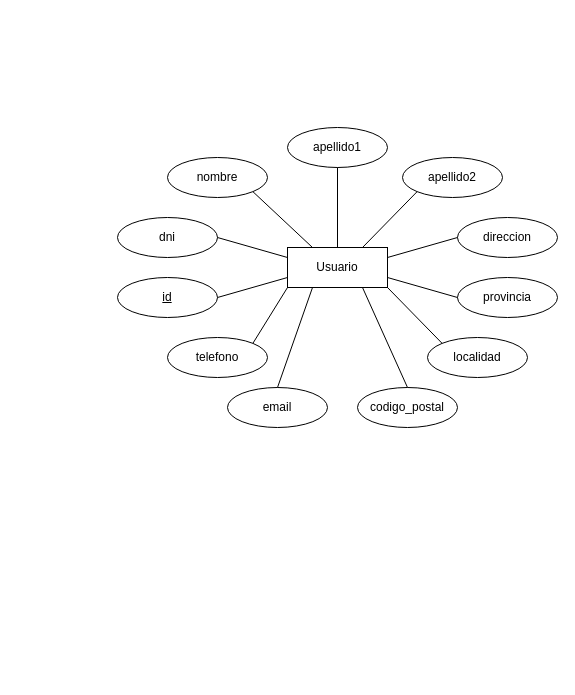
Before: Diagrama sin título.drawio in mariopr25/AlmacenMedicamentosER, a draw.io diagram. Source tidied: cells renumbered, new cells numbered last; positions are measured from the earlier drawing's top-left corner, leaving out a move shared by most shapes. Both pictures are drawn from the tidied source at 100%, with x=0, y=0 at pixel (117, 127).
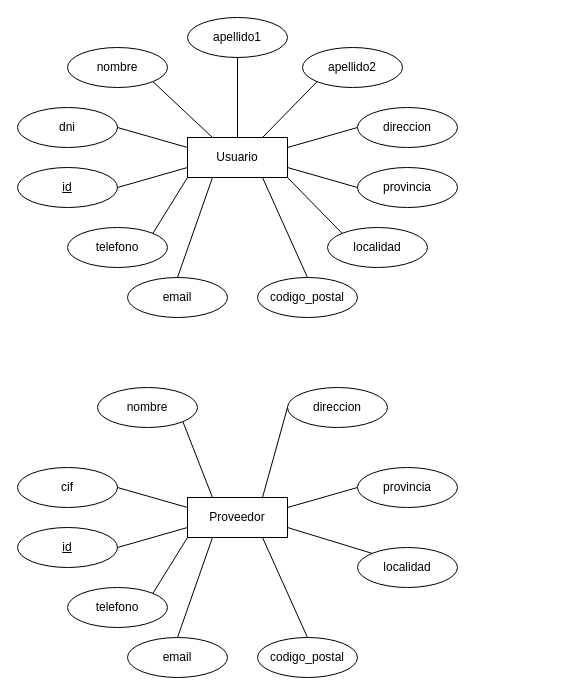
The same page after the edit.

Change to the diagram source:
```diff
@@
+    <mxCell id="25" style="group;" parent="1" vertex="1">
+      <mxGeometry x="-100" y="-110" width="440" height="300" as="geometry" />
+    </mxCell>
-    <mxCell id="2" value="&lt;div&gt;Usuario&lt;/div&gt;" style="whiteSpace=wrap;html=1;align=center;" parent="1" vertex="1">
+    <mxCell id="2" value="&lt;div&gt;Usuario&lt;/div&gt;" style="whiteSpace=wrap;html=1;align=center;" parent="25" vertex="1">
       <mxGeometry x="170" y="120" width="100" height="40" as="geometry" />
     </mxCell>
-    <mxCell id="3" value="&lt;div&gt;nombre&lt;/div&gt;" style="ellipse;whiteSpace=wrap;html=1;align=center;" parent="1" vertex="1">
+    <mxCell id="3" value="&lt;div&gt;nombre&lt;/div&gt;" style="ellipse;whiteSpace=wrap;html=1;align=center;" parent="25" vertex="1">
       <mxGeometry x="50" y="30" width="100" height="40" as="geometry" />
     </mxCell>
-    <mxCell id="4" value="dni" style="ellipse;whiteSpace=wrap;html=1;align=center;" parent="1" vertex="1">
+    <mxCell id="4" value="dni" style="ellipse;whiteSpace=wrap;html=1;align=center;" parent="25" vertex="1">
       <mxGeometry y="90" width="100" height="40" as="geometry" />
     </mxCell>
-    <mxCell id="5" value="id" style="ellipse;whiteSpace=wrap;html=1;align=center;fontStyle=4;" parent="1" vertex="1">
+    <mxCell id="5" value="id" style="ellipse;whiteSpace=wrap;html=1;align=center;fontStyle=4;" parent="25" vertex="1">
       <mxGeometry y="150" width="100" height="40" as="geometry" />
     </mxCell>
-    <mxCell id="6" value="&lt;div&gt;apellido1&lt;/div&gt;" style="ellipse;whiteSpace=wrap;html=1;align=center;" parent="1" vertex="1">
+    <mxCell id="6" value="&lt;div&gt;apellido1&lt;/div&gt;" style="ellipse;whiteSpace=wrap;html=1;align=center;" parent="25" vertex="1">
       <mxGeometry x="170" width="100" height="40" as="geometry" />
     </mxCell>
-    <mxCell id="7" value="apellido2" style="ellipse;whiteSpace=wrap;html=1;align=center;" parent="1" vertex="1">
+    <mxCell id="7" value="apellido2" style="ellipse;whiteSpace=wrap;html=1;align=center;" parent="25" vertex="1">
       <mxGeometry x="285" y="30" width="100" height="40" as="geometry" />
     </mxCell>
-    <mxCell id="8" value="direccion" style="ellipse;whiteSpace=wrap;html=1;align=center;" parent="1" vertex="1">
+    <mxCell id="8" value="direccion" style="ellipse;whiteSpace=wrap;html=1;align=center;" parent="25" vertex="1">
       <mxGeometry x="340" y="90" width="100" height="40" as="geometry" />
     </mxCell>
-    <mxCell id="9" value="provincia" style="ellipse;whiteSpace=wrap;html=1;align=center;" parent="1" vertex="1">
+    <mxCell id="9" value="provincia" style="ellipse;whiteSpace=wrap;html=1;align=center;" parent="25" vertex="1">
       <mxGeometry x="340" y="150" width="100" height="40" as="geometry" />
     </mxCell>
-    <mxCell id="10" value="localidad" style="ellipse;whiteSpace=wrap;html=1;align=center;" parent="1" vertex="1">
+    <mxCell id="10" value="localidad" style="ellipse;whiteSpace=wrap;html=1;align=center;" parent="25" vertex="1">
       <mxGeometry x="310" y="210" width="100" height="40" as="geometry" />
     </mxCell>
-    <mxCell id="11" value="codigo_postal" style="ellipse;whiteSpace=wrap;html=1;align=center;" parent="1" vertex="1">
+    <mxCell id="11" value="codigo_postal" style="ellipse;whiteSpace=wrap;html=1;align=center;" parent="25" vertex="1">
       <mxGeometry x="240" y="260" width="100" height="40" as="geometry" />
     </mxCell>
-    <mxCell id="12" value="email" style="ellipse;whiteSpace=wrap;html=1;align=center;" parent="1" vertex="1">
+    <mxCell id="12" value="email" style="ellipse;whiteSpace=wrap;html=1;align=center;" parent="25" vertex="1">
       <mxGeometry x="110" y="260" width="100" height="40" as="geometry" />
     </mxCell>
-    <mxCell id="13" value="telefono" style="ellipse;whiteSpace=wrap;html=1;align=center;" parent="1" vertex="1">
+    <mxCell id="13" value="telefono" style="ellipse;whiteSpace=wrap;html=1;align=center;" parent="25" vertex="1">
       <mxGeometry x="50" y="210" width="100" height="40" as="geometry" />
     </mxCell>
-    <mxCell id="14" style="endArrow=none;html=1;rounded=0;exitX=1;exitY=0.5;exitDx=0;exitDy=0;entryX=0;entryY=0.75;entryDx=0;entryDy=0;" parent="1" edge="1" source="5" target="2">
+    <mxCell id="14" style="endArrow=none;html=1;rounded=0;exitX=1;exitY=0.5;exitDx=0;exitDy=0;entryX=0;entryY=0.75;entryDx=0;entryDy=0;" parent="25" edge="1" source="5" target="2">
       <mxGeometry relative="1" as="geometry" />
     </mxCell>
-    <mxCell id="15" style="endArrow=none;html=1;rounded=0;exitX=1;exitY=0.5;exitDx=0;exitDy=0;entryX=0;entryY=0.25;entryDx=0;entryDy=0;" parent="1" edge="1" source="4" target="2">
+    <mxCell id="15" style="endArrow=none;html=1;rounded=0;exitX=1;exitY=0.5;exitDx=0;exitDy=0;entryX=0;entryY=0.25;entryDx=0;entryDy=0;" parent="25" edge="1" source="4" target="2">
       <mxGeometry relative="1" as="geometry" />
     </mxCell>
-    <mxCell id="16" style="endArrow=none;html=1;rounded=0;exitX=1;exitY=1;exitDx=0;exitDy=0;entryX=0.25;entryY=0;entryDx=0;entryDy=0;" parent="1" edge="1" source="3" target="2">
+    <mxCell id="16" style="endArrow=none;html=1;rounded=0;exitX=1;exitY=1;exitDx=0;exitDy=0;entryX=0.25;entryY=0;entryDx=0;entryDy=0;" parent="25" edge="1" source="3" target="2">
       <mxGeometry relative="1" as="geometry" />
     </mxCell>
-    <mxCell id="17" style="endArrow=none;html=1;rounded=0;exitX=0.5;exitY=1;exitDx=0;exitDy=0;entryX=0.5;entryY=0;entryDx=0;entryDy=0;" parent="1" edge="1" source="6" target="2">
+    <mxCell id="17" style="endArrow=none;html=1;rounded=0;exitX=0.5;exitY=1;exitDx=0;exitDy=0;entryX=0.5;entryY=0;entryDx=0;entryDy=0;" parent="25" edge="1" source="6" target="2">
       <mxGeometry relative="1" as="geometry" />
     </mxCell>
-    <mxCell id="18" style="endArrow=none;html=1;rounded=0;exitX=0.75;exitY=0;exitDx=0;exitDy=0;entryX=0;entryY=1;entryDx=0;entryDy=0;" parent="1" edge="1" source="2" target="7">
+    <mxCell id="18" style="endArrow=none;html=1;rounded=0;exitX=0.75;exitY=0;exitDx=0;exitDy=0;entryX=0;entryY=1;entryDx=0;entryDy=0;" parent="25" edge="1" source="2" target="7">
       <mxGeometry relative="1" as="geometry" />
     </mxCell>
-    <mxCell id="19" style="endArrow=none;html=1;rounded=0;exitX=1;exitY=0.25;exitDx=0;exitDy=0;entryX=0;entryY=0.5;entryDx=0;entryDy=0;" parent="1" edge="1" source="2" target="8">
+    <mxCell id="19" style="endArrow=none;html=1;rounded=0;exitX=1;exitY=0.25;exitDx=0;exitDy=0;entryX=0;entryY=0.5;entryDx=0;entryDy=0;" parent="25" edge="1" source="2" target="8">
       <mxGeometry relative="1" as="geometry" />
     </mxCell>
-    <mxCell id="20" style="endArrow=none;html=1;rounded=0;exitX=1;exitY=0.75;exitDx=0;exitDy=0;entryX=0;entryY=0.5;entryDx=0;entryDy=0;" parent="1" edge="1" source="2" target="9">
+    <mxCell id="20" style="endArrow=none;html=1;rounded=0;exitX=1;exitY=0.75;exitDx=0;exitDy=0;entryX=0;entryY=0.5;entryDx=0;entryDy=0;" parent="25" edge="1" source="2" target="9">
       <mxGeometry relative="1" as="geometry" />
     </mxCell>
-    <mxCell id="21" style="endArrow=none;html=1;rounded=0;exitX=1;exitY=0;exitDx=0;exitDy=0;entryX=0;entryY=1;entryDx=0;entryDy=0;" parent="1" edge="1" source="13" target="2">
+    <mxCell id="21" style="endArrow=none;html=1;rounded=0;exitX=1;exitY=0;exitDx=0;exitDy=0;entryX=0;entryY=1;entryDx=0;entryDy=0;" parent="25" edge="1" source="13" target="2">
       <mxGeometry relative="1" as="geometry" />
     </mxCell>
-    <mxCell id="22" style="endArrow=none;html=1;rounded=0;entryX=0;entryY=0;entryDx=0;entryDy=0;exitX=1;exitY=1;exitDx=0;exitDy=0;" parent="1" edge="1" source="2" target="10">
+    <mxCell id="22" style="endArrow=none;html=1;rounded=0;entryX=0;entryY=0;entryDx=0;entryDy=0;exitX=1;exitY=1;exitDx=0;exitDy=0;" parent="25" edge="1" source="2" target="10">
       <mxGeometry relative="1" as="geometry" />
     </mxCell>
-    <mxCell id="23" style="endArrow=none;html=1;rounded=0;exitX=0.75;exitY=1;exitDx=0;exitDy=0;entryX=0.5;entryY=0;entryDx=0;entryDy=0;" parent="1" edge="1" source="2" target="11">
+    <mxCell id="23" style="endArrow=none;html=1;rounded=0;exitX=0.75;exitY=1;exitDx=0;exitDy=0;entryX=0.5;entryY=0;entryDx=0;entryDy=0;" parent="25" edge="1" source="2" target="11">
       <mxGeometry relative="1" as="geometry" />
     </mxCell>
-    <mxCell id="24" style="endArrow=none;html=1;rounded=0;exitX=0.5;exitY=0;exitDx=0;exitDy=0;entryX=0.25;entryY=1;entryDx=0;entryDy=0;" parent="1" edge="1" source="12" target="2">
+    <mxCell id="24" style="endArrow=none;html=1;rounded=0;exitX=0.5;exitY=0;exitDx=0;exitDy=0;entryX=0.25;entryY=1;entryDx=0;entryDy=0;" parent="25" edge="1" source="12" target="2">
       <mxGeometry relative="1" as="geometry" />
     </mxCell>
+    <mxCell id="26" value="Proveedor" style="whiteSpace=wrap;html=1;align=center;" parent="1" vertex="1">
+      <mxGeometry x="70" y="370" width="100" height="40" as="geometry" />
+    </mxCell>
+    <mxCell id="27" value="&lt;div&gt;nombre&lt;/div&gt;" style="ellipse;whiteSpace=wrap;html=1;align=center;" parent="1" vertex="1">
+      <mxGeometry x="-20" y="260" width="100" height="40" as="geometry" />
+    </mxCell>
+    <mxCell id="28" value="cif" style="ellipse;whiteSpace=wrap;html=1;align=center;" parent="1" vertex="1">
+      <mxGeometry x="-100" y="340" width="100" height="40" as="geometry" />
+    </mxCell>
+    <mxCell id="29" value="id" style="ellipse;whiteSpace=wrap;html=1;align=center;fontStyle=4;" parent="1" vertex="1">
+      <mxGeometry x="-100" y="400" width="100" height="40" as="geometry" />
+    </mxCell>
+    <mxCell id="30" value="direccion" style="ellipse;whiteSpace=wrap;html=1;align=center;" parent="1" vertex="1">
+      <mxGeometry x="170" y="260" width="100" height="40" as="geometry" />
+    </mxCell>
+    <mxCell id="31" value="provincia" style="ellipse;whiteSpace=wrap;html=1;align=center;" parent="1" vertex="1">
+      <mxGeometry x="240" y="340" width="100" height="40" as="geometry" />
+    </mxCell>
+    <mxCell id="32" value="localidad" style="ellipse;whiteSpace=wrap;html=1;align=center;" parent="1" vertex="1">
+      <mxGeometry x="240" y="420" width="100" height="40" as="geometry" />
+    </mxCell>
+    <mxCell id="33" value="codigo_postal" style="ellipse;whiteSpace=wrap;html=1;align=center;" parent="1" vertex="1">
+      <mxGeometry x="140" y="510" width="100" height="40" as="geometry" />
+    </mxCell>
+    <mxCell id="34" value="email" style="ellipse;whiteSpace=wrap;html=1;align=center;" parent="1" vertex="1">
+      <mxGeometry x="10" y="510" width="100" height="40" as="geometry" />
+    </mxCell>
+    <mxCell id="35" value="telefono" style="ellipse;whiteSpace=wrap;html=1;align=center;" parent="1" vertex="1">
+      <mxGeometry x="-50" y="460" width="100" height="40" as="geometry" />
+    </mxCell>
+    <mxCell id="36" style="endArrow=none;html=1;rounded=0;exitX=1;exitY=0.5;exitDx=0;exitDy=0;entryX=0;entryY=0.75;entryDx=0;entryDy=0;" parent="1" edge="1" source="29" target="26">
+      <mxGeometry relative="1" as="geometry" />
+    </mxCell>
+    <mxCell id="37" style="endArrow=none;html=1;rounded=0;exitX=1;exitY=0.5;exitDx=0;exitDy=0;entryX=0;entryY=0.25;entryDx=0;entryDy=0;" parent="1" edge="1" source="28" target="26">
+      <mxGeometry relative="1" as="geometry" />
+    </mxCell>
+    <mxCell id="38" style="endArrow=none;html=1;rounded=0;exitX=1;exitY=1;exitDx=0;exitDy=0;entryX=0.25;entryY=0;entryDx=0;entryDy=0;" parent="1" edge="1" source="27" target="26">
+      <mxGeometry relative="1" as="geometry" />
+    </mxCell>
+    <mxCell id="39" style="endArrow=none;html=1;rounded=0;exitX=0.75;exitY=0;exitDx=0;exitDy=0;entryX=0;entryY=0.5;entryDx=0;entryDy=0;" parent="1" edge="1" source="26" target="30">
+      <mxGeometry relative="1" as="geometry" />
+    </mxCell>
+    <mxCell id="40" style="endArrow=none;html=1;rounded=0;exitX=1;exitY=0.25;exitDx=0;exitDy=0;entryX=0;entryY=0.5;entryDx=0;entryDy=0;" parent="1" edge="1" source="26" target="31">
+      <mxGeometry relative="1" as="geometry" />
+    </mxCell>
+    <mxCell id="41" style="endArrow=none;html=1;rounded=0;exitX=1;exitY=0;exitDx=0;exitDy=0;entryX=0;entryY=1;entryDx=0;entryDy=0;" parent="1" edge="1" source="35" target="26">
+      <mxGeometry relative="1" as="geometry" />
+    </mxCell>
+    <mxCell id="42" style="endArrow=none;html=1;rounded=0;entryX=0;entryY=0;entryDx=0;entryDy=0;exitX=1;exitY=0.75;exitDx=0;exitDy=0;" parent="1" edge="1" source="26" target="32">
+      <mxGeometry relative="1" as="geometry" />
+    </mxCell>
+    <mxCell id="43" style="endArrow=none;html=1;rounded=0;exitX=0.75;exitY=1;exitDx=0;exitDy=0;entryX=0.5;entryY=0;entryDx=0;entryDy=0;" parent="1" edge="1" source="26" target="33">
+      <mxGeometry relative="1" as="geometry" />
+    </mxCell>
+    <mxCell id="44" style="endArrow=none;html=1;rounded=0;exitX=0.5;exitY=0;exitDx=0;exitDy=0;entryX=0.25;entryY=1;entryDx=0;entryDy=0;" parent="1" edge="1" source="34" target="26">
+      <mxGeometry relative="1" as="geometry" />
+    </mxCell>
```
